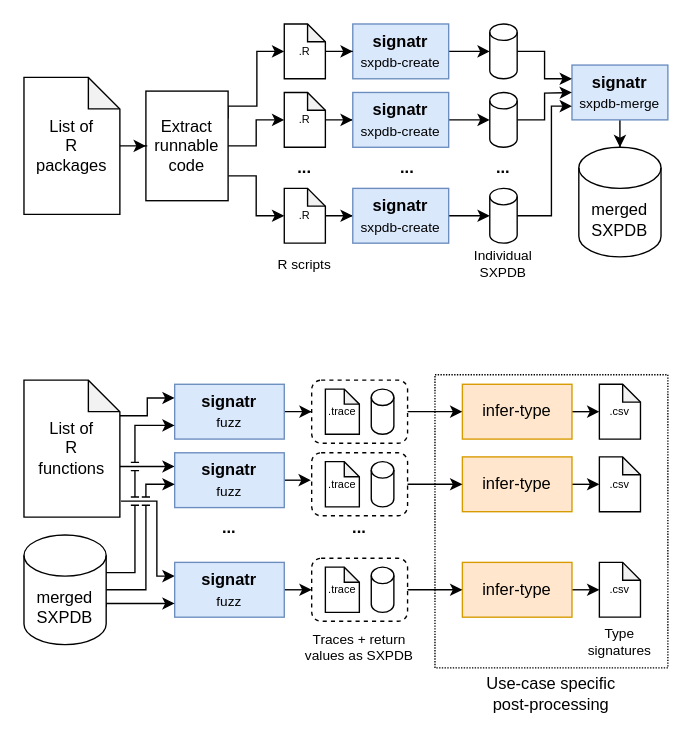
The draw.io diagram code-and-figures/pipelines.drawio in reallyTG/signatr-paper, before the edit. Source tidied: cells renumbered, new cells numbered last; positions are measured from the earlier drawing's top-left corner, leaving out a move shared by most shapes. Both pictures are drawn from the tidied source at 137%, with x=0, y=0 at pixel (23, 23).
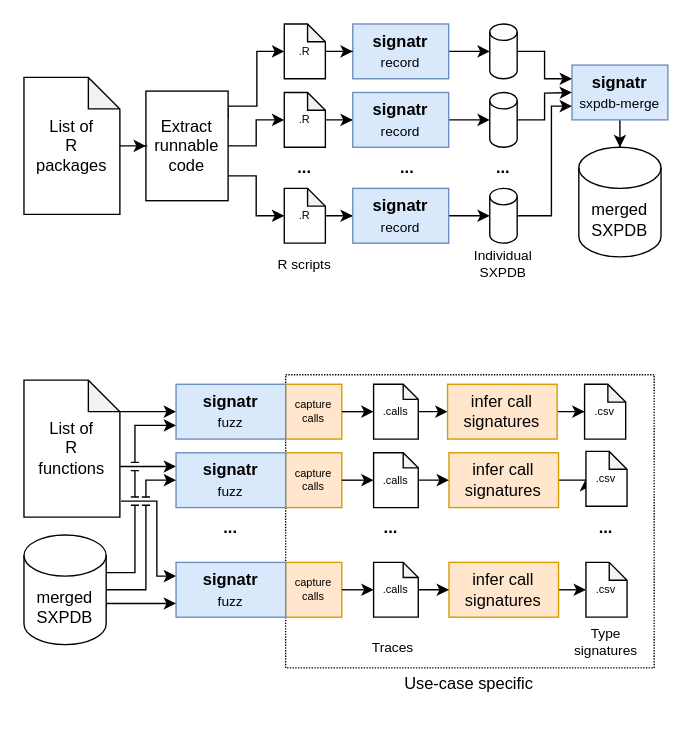
After the change.

The change refers to these unchanged cells:
```xml
<mxCell id="29" value="&lt;font style=&quot;font-size: 12px;&quot;&gt;List of &lt;br&gt;R&lt;br&gt;functions&lt;font style=&quot;font-size: 12px;&quot;&gt;&lt;br&gt;&lt;/font&gt;&lt;/font&gt;" style="shape=note;whiteSpace=wrap;html=1;backgroundOutline=1;darkOpacity=0.05;fontSize=8;size=23;" parent="1" vertex="1">
  <mxGeometry y="260" width="70" height="100" as="geometry" />
</mxCell>
<mxCell id="76" value="merged&lt;br&gt;SXPDB" style="shape=cylinder3;whiteSpace=wrap;html=1;boundedLbl=1;backgroundOutline=1;size=15;" parent="1" vertex="1">
  <mxGeometry y="373" width="60" height="80" as="geometry" />
</mxCell>
```

The edit, as a diff of the source:
```diff
@@
     <mxCell id="2" style="rounded=0;whiteSpace=wrap;html=1;fillColor=none;dashed=1;dashPattern=1 1;" parent="1" vertex="1">
-      <mxGeometry x="300" y="256" width="170" height="214" as="geometry" />
+      <mxGeometry x="191" y="256" width="269" height="214" as="geometry" />
     </mxCell>
+    <mxCell id="78" value="&lt;div&gt;capture&lt;/div&gt;&lt;div&gt;calls&lt;/div&gt;" style="whiteSpace=wrap;html=1;fillColor=#ffe6cc;strokeColor=#d79b00;fontSize=8;" parent="1" vertex="1">
+      <mxGeometry x="191" y="263" width="41" height="40" as="geometry" />
+    </mxCell>
+    <mxCell id="79" value="&lt;div&gt;capture&lt;/div&gt;&lt;div&gt;calls&lt;/div&gt;" style="whiteSpace=wrap;html=1;fillColor=#ffe6cc;strokeColor=#d79b00;fontSize=8;" parent="1" vertex="1">
+      <mxGeometry x="191" y="313" width="41" height="40" as="geometry" />
+    </mxCell>
+    <mxCell id="80" value="capture&lt;br&gt;calls" style="whiteSpace=wrap;html=1;fillColor=#ffe6cc;strokeColor=#d79b00;fontSize=8;" parent="1" vertex="1">
+      <mxGeometry x="191" y="393" width="41" height="40" as="geometry" />
+    </mxCell>
@@
-    <mxCell id="8" value="&lt;b&gt;signatr&lt;/b&gt;&lt;br&gt;&lt;font style=&quot;font-size: 10px;&quot;&gt;sxpdb-create&lt;/font&gt;" style="whiteSpace=wrap;html=1;fillColor=#dae8fc;strokeColor=#6c8ebf;" parent="1" vertex="1">
+    <mxCell id="8" value="&lt;b&gt;signatr&lt;/b&gt;&lt;br&gt;&lt;font style=&quot;font-size: 10px;&quot;&gt;record&lt;/font&gt;" style="whiteSpace=wrap;html=1;fillColor=#dae8fc;strokeColor=#6c8ebf;" parent="1" vertex="1">
       <mxGeometry x="240" width="70" height="40" as="geometry" />
     </mxCell>
@@
-    <mxCell id="26" style="edgeStyle=orthogonalEdgeStyle;rounded=0;jettySize=auto;html=1;entryX=0;entryY=0.25;entryDx=0;entryDy=0;fontSize=10;" parent="1" edge="1" source="29" target="38">
-      <mxGeometry relative="1" as="geometry">
-        <Array as="points">
-          <mxPoint x="90" y="286" />
-          <mxPoint x="90" y="273" />
-        </Array>
-      </mxGeometry>
-    </mxCell>
@@
+    <mxCell id="26" style="edgeStyle=orthogonalEdgeStyle;rounded=0;jettySize=auto;html=1;exitX=0;exitY=0;exitDx=70;exitDy=23;exitPerimeter=0;entryX=0;entryY=0.5;entryDx=0;entryDy=0;fontSize=8;" parent="1" edge="1" source="29" target="38">
+      <mxGeometry relative="1" as="geometry" />
+    </mxCell>
@@
     <mxCell id="30" value="&lt;b&gt;...&lt;/b&gt;" style="text;html=1;strokeColor=none;fillColor=none;align=center;verticalAlign=middle;whiteSpace=wrap;rounded=0;fontSize=12;" parent="1" vertex="1">
-      <mxGeometry x="230" y="353" width="30" height="30" as="geometry" />
+      <mxGeometry x="253.2" y="353" width="30" height="30" as="geometry" />
     </mxCell>
@@
-    <mxCell id="34" value="&lt;b&gt;signatr&lt;/b&gt;&lt;br&gt;&lt;font style=&quot;font-size: 10px;&quot;&gt;sxpdb-create&lt;/font&gt;" style="whiteSpace=wrap;html=1;fillColor=#dae8fc;strokeColor=#6c8ebf;" parent="1" vertex="1">
+    <mxCell id="34" value="&lt;b&gt;signatr&lt;/b&gt;&lt;br&gt;&lt;font style=&quot;font-size: 10px;&quot;&gt;record&lt;/font&gt;" style="whiteSpace=wrap;html=1;fillColor=#dae8fc;strokeColor=#6c8ebf;" parent="1" vertex="1">
       <mxGeometry x="240" y="50" width="70" height="40" as="geometry" />
     </mxCell>
@@
-    <mxCell id="36" value="&lt;b&gt;signatr&lt;/b&gt;&lt;br&gt;&lt;font style=&quot;font-size: 10px;&quot;&gt;sxpdb-create&lt;/font&gt;" style="whiteSpace=wrap;html=1;fillColor=#dae8fc;strokeColor=#6c8ebf;" parent="1" vertex="1">
+    <mxCell id="36" value="&lt;b&gt;signatr&lt;/b&gt;&lt;br&gt;&lt;font style=&quot;font-size: 10px;&quot;&gt;record&lt;/font&gt;" style="whiteSpace=wrap;html=1;fillColor=#dae8fc;strokeColor=#6c8ebf;" parent="1" vertex="1">
       <mxGeometry x="240" y="120" width="70" height="40" as="geometry" />
     </mxCell>
-    <mxCell id="37" style="edgeStyle=orthogonalEdgeStyle;rounded=0;jettySize=auto;html=1;entryX=0;entryY=0.5;entryDx=0;entryDy=0;fontSize=10;" parent="1" edge="1" source="38" target="52">
+    <mxCell id="37" style="edgeStyle=orthogonalEdgeStyle;rounded=0;jettySize=auto;html=1;entryX=0;entryY=0.5;entryDx=0;entryDy=0;fontSize=10;entryPerimeter=0;exitX=1;exitY=0.5;exitDx=0;exitDy=0;" parent="1" edge="1" source="78" target="54">
       <mxGeometry relative="1" as="geometry" />
     </mxCell>
     <mxCell id="38" value="&lt;b&gt;signatr&lt;/b&gt;&lt;br&gt;&lt;font style=&quot;font-size: 10px;&quot;&gt;fuzz&lt;/font&gt;" style="whiteSpace=wrap;html=1;fillColor=#dae8fc;strokeColor=#6c8ebf;" parent="1" vertex="1">
-      <mxGeometry x="110" y="263" width="80" height="40" as="geometry" />
+      <mxGeometry x="111" y="263" width="80" height="40" as="geometry" />
     </mxCell>
-    <mxCell id="39" style="edgeStyle=orthogonalEdgeStyle;rounded=0;jettySize=auto;html=1;exitX=1;exitY=0.5;exitDx=0;exitDy=0;entryX=-0.009;entryY=0.448;entryDx=0;entryDy=0;entryPerimeter=0;fontSize=10;" parent="1" edge="1" source="40" target="56">
+    <mxCell id="39" style="edgeStyle=orthogonalEdgeStyle;rounded=0;jettySize=auto;html=1;exitX=1;exitY=0.5;exitDx=0;exitDy=0;entryX=0;entryY=0.5;entryDx=0;entryDy=0;entryPerimeter=0;fontSize=10;" parent="1" edge="1" source="79" target="84">
       <mxGeometry relative="1" as="geometry" />
     </mxCell>
     <mxCell id="40" value="&lt;b&gt;signatr&lt;/b&gt;&lt;br&gt;&lt;font style=&quot;font-size: 10px;&quot;&gt;&lt;font style=&quot;font-size: 10px;&quot;&gt;fuzz&lt;/font&gt;&lt;/font&gt;" style="whiteSpace=wrap;html=1;fillColor=#dae8fc;strokeColor=#6c8ebf;" parent="1" vertex="1">
-      <mxGeometry x="110" y="313" width="80" height="40" as="geometry" />
+      <mxGeometry x="111" y="313" width="80" height="40" as="geometry" />
     </mxCell>
-    <mxCell id="41" style="edgeStyle=orthogonalEdgeStyle;rounded=0;jettySize=auto;html=1;exitX=1;exitY=0.5;exitDx=0;exitDy=0;entryX=0;entryY=0.5;entryDx=0;entryDy=0;fontSize=10;" parent="1" edge="1" source="42" target="60">
+    <mxCell id="41" style="edgeStyle=orthogonalEdgeStyle;rounded=0;jettySize=auto;html=1;exitX=1;exitY=0.5;exitDx=0;exitDy=0;entryX=0;entryY=0.5;entryDx=0;entryDy=0;fontSize=10;entryPerimeter=0;" parent="1" edge="1" source="80" target="86">
       <mxGeometry relative="1" as="geometry" />
     </mxCell>
     <mxCell id="42" value="&lt;b&gt;signatr&lt;/b&gt;&lt;br&gt;&lt;font style=&quot;font-size: 10px;&quot;&gt;fuzz&lt;/font&gt;" style="whiteSpace=wrap;html=1;fillColor=#dae8fc;strokeColor=#6c8ebf;" parent="1" vertex="1">
-      <mxGeometry x="110" y="393" width="80" height="40" as="geometry" />
+      <mxGeometry x="111" y="393" width="80" height="40" as="geometry" />
     </mxCell>
     <mxCell id="43" value="&lt;b&gt;...&lt;/b&gt;" style="text;html=1;strokeColor=none;fillColor=none;align=center;verticalAlign=middle;whiteSpace=wrap;rounded=0;fontSize=12;" parent="1" vertex="1">
-      <mxGeometry x="135" y="353" width="30" height="30" as="geometry" />
+      <mxGeometry x="136" y="353" width="30" height="30" as="geometry" />
     </mxCell>
@@
-    <mxCell id="45" style="edgeStyle=orthogonalEdgeStyle;rounded=0;jettySize=auto;html=1;exitX=1;exitY=0.5;exitDx=0;exitDy=0;entryX=0;entryY=0.5;entryDx=0;entryDy=0;entryPerimeter=0;fontSize=10;" parent="1" edge="1" source="46" target="66">
-      <mxGeometry relative="1" as="geometry" />
+    <mxCell id="45" style="edgeStyle=orthogonalEdgeStyle;rounded=0;orthogonalLoop=1;jettySize=auto;html=1;exitX=1;exitY=0.5;exitDx=0;exitDy=0;entryX=0;entryY=0.5;entryDx=0;entryDy=0;entryPerimeter=0;fontSize=10;" parent="1" edge="1">
+      <mxGeometry relative="1" as="geometry">
+        <mxPoint x="413.2" y="283" as="sourcePoint" />
+        <mxPoint x="433.2" y="283" as="targetPoint" />
+      </mxGeometry>
     </mxCell>
+    <mxCell id="81" style="edgeStyle=orthogonalEdgeStyle;rounded=0;jettySize=auto;html=1;fontSize=8;entryX=0;entryY=0.5;entryDx=0;entryDy=0;entryPerimeter=0;" parent="1" edge="1" source="46" target="66">
+      <mxGeometry relative="1" as="geometry" />
+    </mxCell>
-    <mxCell id="46" value="infer-type" style="whiteSpace=wrap;html=1;fillColor=#ffe6cc;strokeColor=#d79b00;" parent="1" vertex="1">
-      <mxGeometry x="320" y="263" width="80" height="40" as="geometry" />
+    <mxCell id="46" value="infer call signatures" style="whiteSpace=wrap;html=1;fillColor=#ffe6cc;strokeColor=#d79b00;" parent="1" vertex="1">
+      <mxGeometry x="309.2" y="263" width="80" height="40" as="geometry" />
     </mxCell>
@@
-    <mxCell id="48" value="infer-type" style="whiteSpace=wrap;html=1;fillColor=#ffe6cc;strokeColor=#d79b00;" parent="1" vertex="1">
-      <mxGeometry x="320" y="316" width="80" height="40" as="geometry" />
+    <mxCell id="48" value="&lt;div&gt;infer call&lt;br&gt;&lt;/div&gt;&lt;div&gt;signatures&lt;/div&gt;" style="whiteSpace=wrap;html=1;fillColor=#ffe6cc;strokeColor=#d79b00;" parent="1" vertex="1">
+      <mxGeometry x="310.2" y="313" width="80" height="40" as="geometry" />
     </mxCell>
@@
-    <mxCell id="50" value="infer-type" style="whiteSpace=wrap;html=1;fillColor=#ffe6cc;strokeColor=#d79b00;" parent="1" vertex="1">
-      <mxGeometry x="320" y="393" width="80" height="40" as="geometry" />
+    <mxCell id="50" value="&lt;div&gt;infer call&lt;br&gt;&lt;/div&gt;&lt;div&gt;signatures&lt;/div&gt;" style="whiteSpace=wrap;html=1;fillColor=#ffe6cc;strokeColor=#d79b00;" parent="1" vertex="1">
+      <mxGeometry x="310.2" y="393" width="80" height="40" as="geometry" />
     </mxCell>
-    <mxCell id="51" style="group;" parent="1" vertex="1">
-      <mxGeometry x="210" y="260" width="70" height="46" as="geometry" />
-    </mxCell>
-    <mxCell id="52" style="rounded=1;whiteSpace=wrap;html=1;fontSize=10;fillColor=none;dashed=1;" parent="51" vertex="1">
-      <mxGeometry width="70" height="46" as="geometry" />
-    </mxCell>
-    <mxCell id="53" style="shape=cylinder3;whiteSpace=wrap;html=1;boundedLbl=1;backgroundOutline=1;size=6;fontSize=8;" parent="51" vertex="1">
-      <mxGeometry x="43.5" y="6.5" width="16.5" height="33" as="geometry" />
-    </mxCell>
-    <mxCell id="54" value=".trace" style="shape=note;whiteSpace=wrap;html=1;backgroundOutline=1;darkOpacity=0.05;fontSize=8;size=11;" parent="51" vertex="1">
-      <mxGeometry x="10" y="6.5" width="24.8" height="33" as="geometry" />
-    </mxCell>
-    <mxCell id="55" style="group;" parent="1" vertex="1">
-      <mxGeometry x="210" y="313" width="70" height="46" as="geometry" />
-    </mxCell>
-    <mxCell id="56" style="rounded=1;whiteSpace=wrap;html=1;fontSize=10;fillColor=none;dashed=1;" parent="55" vertex="1">
-      <mxGeometry width="70" height="46" as="geometry" />
-    </mxCell>
-    <mxCell id="57" style="shape=cylinder3;whiteSpace=wrap;html=1;boundedLbl=1;backgroundOutline=1;size=6;fontSize=8;" parent="55" vertex="1">
-      <mxGeometry x="43.5" y="6.5" width="16.5" height="33" as="geometry" />
-    </mxCell>
-    <mxCell id="58" value=".trace" style="shape=note;whiteSpace=wrap;html=1;backgroundOutline=1;darkOpacity=0.05;fontSize=8;size=11;" parent="55" vertex="1">
-      <mxGeometry x="10" y="6.5" width="24.8" height="33" as="geometry" />
-    </mxCell>
-    <mxCell id="59" style="group;" parent="1" vertex="1">
-      <mxGeometry x="210" y="390" width="70" height="46" as="geometry" />
-    </mxCell>
-    <mxCell id="60" style="rounded=1;whiteSpace=wrap;html=1;fontSize=10;fillColor=none;dashed=1;" parent="59" vertex="1">
-      <mxGeometry width="70" height="46" as="geometry" />
-    </mxCell>
-    <mxCell id="61" style="shape=cylinder3;whiteSpace=wrap;html=1;boundedLbl=1;backgroundOutline=1;size=6;fontSize=8;" parent="59" vertex="1">
-      <mxGeometry x="43.5" y="6.5" width="16.5" height="33" as="geometry" />
-    </mxCell>
-    <mxCell id="62" value=".trace" style="shape=note;whiteSpace=wrap;html=1;backgroundOutline=1;darkOpacity=0.05;fontSize=8;size=11;" parent="59" vertex="1">
-      <mxGeometry x="10" y="6.5" width="24.8" height="33" as="geometry" />
-    </mxCell>
-    <mxCell id="63" style="edgeStyle=orthogonalEdgeStyle;rounded=0;jettySize=auto;html=1;exitX=1;exitY=0.5;exitDx=0;exitDy=0;entryX=0;entryY=0.5;entryDx=0;entryDy=0;fontSize=10;" parent="1" edge="1" source="52" target="46">
-      <mxGeometry relative="1" as="geometry" />
-    </mxCell>
-    <mxCell id="64" style="edgeStyle=orthogonalEdgeStyle;rounded=0;jettySize=auto;html=1;exitX=1;exitY=0.5;exitDx=0;exitDy=0;entryX=0;entryY=0.5;entryDx=0;entryDy=0;fontSize=10;" parent="1" edge="1" source="56" target="48">
-      <mxGeometry relative="1" as="geometry" />
-    </mxCell>
-    <mxCell id="65" style="edgeStyle=orthogonalEdgeStyle;rounded=0;jettySize=auto;html=1;exitX=1;exitY=0.5;exitDx=0;exitDy=0;entryX=0;entryY=0.5;entryDx=0;entryDy=0;fontSize=10;" parent="1" edge="1" source="60" target="50">
-      <mxGeometry relative="1" as="geometry" />
-    </mxCell>
     <mxCell id="66" value=".csv" style="shape=note;whiteSpace=wrap;html=1;backgroundOutline=1;darkOpacity=0.05;fontSize=8;size=13;" parent="1" vertex="1">
-      <mxGeometry x="420" y="263" width="30" height="40" as="geometry" />
+      <mxGeometry x="409.2" y="263" width="30" height="40" as="geometry" />
     </mxCell>
     <mxCell id="67" value=".csv" style="shape=note;whiteSpace=wrap;html=1;backgroundOutline=1;darkOpacity=0.05;fontSize=8;size=13;" parent="1" vertex="1">
-      <mxGeometry x="420" y="316" width="30" height="40" as="geometry" />
+      <mxGeometry x="410.2" y="312" width="30" height="40" as="geometry" />
     </mxCell>
     <mxCell id="68" value=".csv" style="shape=note;whiteSpace=wrap;html=1;backgroundOutline=1;darkOpacity=0.05;fontSize=8;size=13;" parent="1" vertex="1">
-      <mxGeometry x="420" y="393" width="30" height="40" as="geometry" />
+      <mxGeometry x="410.2" y="393" width="30" height="40" as="geometry" />
     </mxCell>
@@
-    <mxCell id="71" value="Traces + return values as SXPDB" style="text;html=1;strokeColor=none;fillColor=none;align=center;verticalAlign=middle;whiteSpace=wrap;rounded=0;dashed=1;dashPattern=1 1;fontSize=10;" parent="1" vertex="1">
-      <mxGeometry x="203" y="440" width="84" height="30" as="geometry" />
+    <mxCell id="71" value="Traces" style="text;html=1;strokeColor=none;fillColor=none;align=center;verticalAlign=middle;whiteSpace=wrap;rounded=0;dashed=1;dashPattern=1 1;fontSize=10;" parent="1" vertex="1">
+      <mxGeometry x="251" y="440" width="37" height="30" as="geometry" />
     </mxCell>
     <mxCell id="72" value="Type&lt;br&gt;signatures" style="text;html=1;strokeColor=none;fillColor=none;align=center;verticalAlign=middle;whiteSpace=wrap;rounded=0;dashed=1;dashPattern=1 1;fontSize=10;" parent="1" vertex="1">
-      <mxGeometry x="416" y="436" width="38" height="30" as="geometry" />
+      <mxGeometry x="406.2" y="436" width="38" height="30" as="geometry" />
     </mxCell>
@@
-    <mxCell id="74" style="edgeStyle=orthogonalEdgeStyle;rounded=0;jettySize=auto;html=1;fontSize=10;jumpStyle=line;" parent="1" edge="1" source="76">
+    <mxCell id="74" style="edgeStyle=orthogonalEdgeStyle;rounded=0;jettySize=auto;html=1;fontSize=10;jumpStyle=line;entryX=0;entryY=0.5;entryDx=0;entryDy=0;" parent="1" edge="1" source="76" target="40">
       <mxGeometry relative="1" as="geometry">
-        <mxPoint x="110" y="336" as="targetPoint" />
         <Array as="points">
           <mxPoint x="89" y="413" />
-          <mxPoint x="89" y="336" />
-          <mxPoint x="110" y="336" />
+          <mxPoint x="89" y="333" />
         </Array>
       </mxGeometry>
     </mxCell>
@@
-    <mxCell id="77" value="Use-case specific &lt;br&gt;post-processing" style="text;html=1;strokeColor=none;fillColor=none;align=center;verticalAlign=middle;whiteSpace=wrap;rounded=0;dashed=1;dashPattern=1 1;" parent="1" vertex="1">
-      <mxGeometry x="300" y="474" width="170" height="30" as="geometry" />
+    <mxCell id="77" value="Use-case specific" style="text;html=1;strokeColor=none;fillColor=none;align=center;verticalAlign=middle;whiteSpace=wrap;rounded=0;dashed=1;dashPattern=1 1;" parent="1" vertex="1">
+      <mxGeometry x="225.4" y="474" width="200.2" height="16" as="geometry" />
     </mxCell>
+    <mxCell id="82" style="edgeStyle=orthogonalEdgeStyle;rounded=0;jettySize=auto;html=1;entryX=0;entryY=0.5;entryDx=0;entryDy=0;fontSize=8;" parent="1" edge="1" source="54" target="46">
+      <mxGeometry relative="1" as="geometry" />
+    </mxCell>
+    <mxCell id="54" value=".calls" style="shape=note;whiteSpace=wrap;html=1;backgroundOutline=1;darkOpacity=0.05;fontSize=8;size=11;" parent="1" vertex="1">
+      <mxGeometry x="255.2" y="263" width="32.6" height="40" as="geometry" />
+    </mxCell>
+    <mxCell id="83" style="edgeStyle=orthogonalEdgeStyle;rounded=0;jettySize=auto;html=1;entryX=0;entryY=0.5;entryDx=0;entryDy=0;fontSize=8;" parent="1" edge="1" source="84" target="48">
+      <mxGeometry relative="1" as="geometry" />
+    </mxCell>
+    <mxCell id="84" value=".calls" style="shape=note;whiteSpace=wrap;html=1;backgroundOutline=1;darkOpacity=0.05;fontSize=8;size=11;" parent="1" vertex="1">
+      <mxGeometry x="255.2" y="313" width="32.6" height="40" as="geometry" />
+    </mxCell>
+    <mxCell id="85" style="edgeStyle=orthogonalEdgeStyle;rounded=0;jettySize=auto;html=1;entryX=0;entryY=0.5;entryDx=0;entryDy=0;fontSize=8;" parent="1" edge="1" source="86" target="50">
+      <mxGeometry relative="1" as="geometry" />
+    </mxCell>
+    <mxCell id="86" value=".calls" style="shape=note;whiteSpace=wrap;html=1;backgroundOutline=1;darkOpacity=0.05;fontSize=8;size=11;" parent="1" vertex="1">
+      <mxGeometry x="255.2" y="393" width="32.6" height="40" as="geometry" />
+    </mxCell>
+    <mxCell id="87" value="&lt;b&gt;...&lt;/b&gt;" style="text;html=1;strokeColor=none;fillColor=none;align=center;verticalAlign=middle;whiteSpace=wrap;rounded=0;fontSize=12;" parent="1" vertex="1">
+      <mxGeometry x="410.2" y="353" width="30" height="30" as="geometry" />
+    </mxCell>
```
